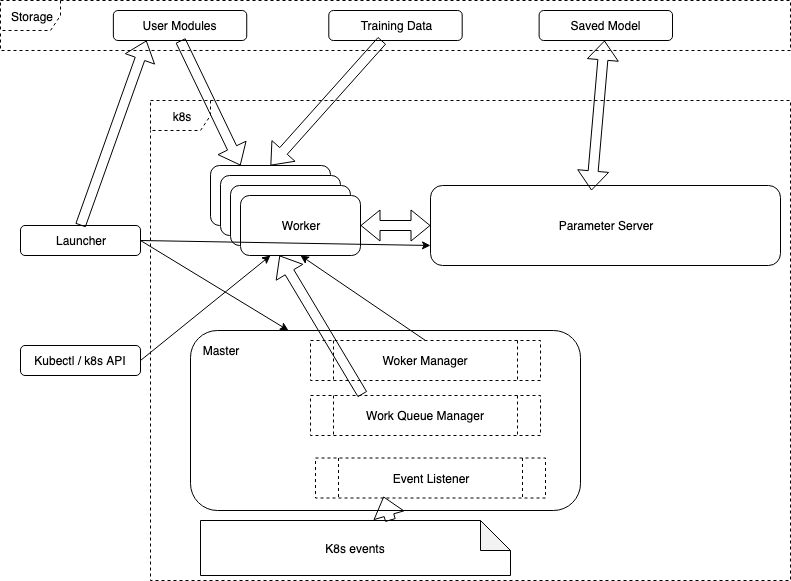
Above: doc/knt.png in sql-machine-learning/elasticdl (draw.io), before the change. Source tidied: cells renumbered, new cells last; positions are measured from the earlier drawing's top-left corner, leaving out a move shared by most shapes.
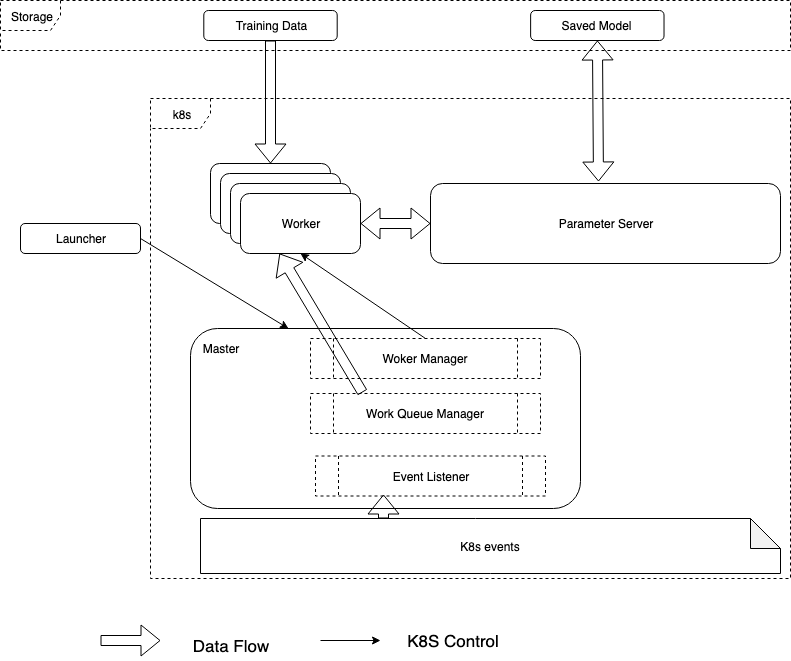
The same diagram one commit later.

Diff of the diagram source:
```diff
@@ -5,92 +5,92 @@
     <mxCell id="2" value="Launcher" style="rounded=1;whiteSpace=wrap;html=1;" parent="1" vertex="1">
       <mxGeometry x="20" y="225" width="120" height="30" as="geometry" />
     </mxCell>
-    <mxCell id="3" value="Kubectl / k8s API" style="rounded=1;whiteSpace=wrap;html=1;" parent="1" vertex="1">
-      <mxGeometry x="20" y="345" width="120" height="30" as="geometry" />
+    <mxCell id="3" value="k8s" style="shape=umlFrame;whiteSpace=wrap;html=1;dashed=1;" parent="1" vertex="1">
+      <mxGeometry x="150" y="100" width="640" height="480" as="geometry" />
     </mxCell>
-    <mxCell id="4" value="k8s" style="shape=umlFrame;whiteSpace=wrap;html=1;dashed=1;" parent="1" vertex="1">
-      <mxGeometry x="150" y="100" width="640" height="480" as="geometry" />
+    <mxCell id="4" style="rounded=1;whiteSpace=wrap;html=1;" parent="1" vertex="1">
+      <mxGeometry x="190" y="330" width="390" height="180" as="geometry" />
     </mxCell>
-    <mxCell id="5" style="rounded=1;whiteSpace=wrap;html=1;" parent="1" vertex="1">
-      <mxGeometry x="190" y="330" width="390" height="180" as="geometry" />
+    <mxCell id="5" value="Worker" style="rounded=1;whiteSpace=wrap;html=1;" parent="1" vertex="1">
+      <mxGeometry x="210" y="165" width="120" height="60" as="geometry" />
     </mxCell>
     <mxCell id="6" value="Worker" style="rounded=1;whiteSpace=wrap;html=1;" parent="1" vertex="1">
-      <mxGeometry x="210" y="165" width="120" height="60" as="geometry" />
+      <mxGeometry x="220" y="175" width="120" height="60" as="geometry" />
     </mxCell>
     <mxCell id="7" value="Worker" style="rounded=1;whiteSpace=wrap;html=1;" parent="1" vertex="1">
-      <mxGeometry x="220" y="175" width="120" height="60" as="geometry" />
+      <mxGeometry x="230" y="185" width="120" height="60" as="geometry" />
     </mxCell>
     <mxCell id="8" value="Worker" style="rounded=1;whiteSpace=wrap;html=1;" parent="1" vertex="1">
-      <mxGeometry x="230" y="185" width="120" height="60" as="geometry" />
+      <mxGeometry x="240" y="195" width="120" height="60" as="geometry" />
     </mxCell>
-    <mxCell id="9" value="Worker" style="rounded=1;whiteSpace=wrap;html=1;" parent="1" vertex="1">
-      <mxGeometry x="240" y="195" width="120" height="60" as="geometry" />
+    <mxCell id="9" value="Parameter Server" style="rounded=1;whiteSpace=wrap;html=1;" parent="1" vertex="1">
+      <mxGeometry x="430" y="185" width="350" height="80" as="geometry" />
     </mxCell>
-    <mxCell id="10" value="Parameter Server" style="rounded=1;whiteSpace=wrap;html=1;" parent="1" vertex="1">
-      <mxGeometry x="430" y="185" width="350" height="80" as="geometry" />
+    <mxCell id="10" value="K8s events" style="shape=note;whiteSpace=wrap;html=1;backgroundOutline=1;darkOpacity=0.05;" parent="1" vertex="1">
+      <mxGeometry x="200" y="520" width="580" height="55" as="geometry" />
     </mxCell>
-    <mxCell id="11" value="K8s events" style="shape=note;whiteSpace=wrap;html=1;backgroundOutline=1;darkOpacity=0.05;" parent="1" vertex="1">
-      <mxGeometry x="200" y="520" width="310" height="55" as="geometry" />
+    <mxCell id="11" value="Master" style="text;html=1;strokeColor=none;fillColor=none;align=center;verticalAlign=middle;whiteSpace=wrap;rounded=0;" parent="1" vertex="1">
+      <mxGeometry x="200" y="340" width="40" height="20" as="geometry" />
     </mxCell>
-    <mxCell id="12" value="Master" style="text;html=1;strokeColor=none;fillColor=none;align=center;verticalAlign=middle;whiteSpace=wrap;rounded=0;" parent="1" vertex="1">
-      <mxGeometry x="200" y="340" width="40" height="20" as="geometry" />
+    <mxCell id="12" style="shape=flexArrow;endArrow=classic;startArrow=classic;html=1;entryX=0.48;entryY=-0.025;entryDx=0;entryDy=0;entryPerimeter=0;" parent="1" edge="1" source="23" target="9">
+      <mxGeometry relative="1" as="geometry" />
     </mxCell>
-    <mxCell id="13" style="shape=flexArrow;endArrow=classic;startArrow=classic;html=1;entryX=0.46;entryY=0.063;entryDx=0;entryDy=0;entryPerimeter=0;" parent="1" edge="1" source="25" target="10">
+    <mxCell id="13" style="shape=flexArrow;endArrow=classic;startArrow=classic;html=1;entryX=0;entryY=0.5;entryDx=0;entryDy=0;exitX=1;exitY=0.5;exitDx=0;exitDy=0;" parent="1" edge="1" source="8" target="9">
       <mxGeometry relative="1" as="geometry" />
     </mxCell>
-    <mxCell id="14" style="shape=flexArrow;endArrow=classic;startArrow=classic;html=1;entryX=0;entryY=0.5;entryDx=0;entryDy=0;exitX=1;exitY=0.5;exitDx=0;exitDy=0;" parent="1" edge="1" source="9" target="10">
-      <mxGeometry relative="1" as="geometry" />
+    <mxCell id="14" value="Work Queue Manager" style="shape=process;whiteSpace=wrap;html=1;backgroundOutline=1;dashed=1;" parent="1" vertex="1">
+      <mxGeometry x="310" y="395" width="230" height="40" as="geometry" />
     </mxCell>
-    <mxCell id="15" value="Work Queue Manager" style="shape=process;whiteSpace=wrap;html=1;backgroundOutline=1;dashed=1;" parent="1" vertex="1">
-      <mxGeometry x="310" y="395" width="230" height="40" as="geometry" />
+    <mxCell id="15" value="Woker Manager" style="shape=process;whiteSpace=wrap;html=1;backgroundOutline=1;dashed=1;" parent="1" vertex="1">
+      <mxGeometry x="310" y="340" width="230" height="40" as="geometry" />
     </mxCell>
-    <mxCell id="16" value="Woker Manager" style="shape=process;whiteSpace=wrap;html=1;backgroundOutline=1;dashed=1;" parent="1" vertex="1">
-      <mxGeometry x="310" y="340" width="230" height="40" as="geometry" />
+    <mxCell id="16" style="endArrow=classic;html=1;entryX=0.5;entryY=1;entryDx=0;entryDy=0;exitX=0.5;exitY=0;exitDx=0;exitDy=0;" parent="1" edge="1" source="15" target="8">
+      <mxGeometry relative="1" as="geometry" />
     </mxCell>
-    <mxCell id="17" style="endArrow=classic;html=1;entryX=0.5;entryY=1;entryDx=0;entryDy=0;exitX=0.5;exitY=0;exitDx=0;exitDy=0;" parent="1" edge="1" source="16" target="9">
+    <mxCell id="17" style="shape=flexArrow;endArrow=classic;html=1;exitX=0.226;exitY=-0.025;exitDx=0;exitDy=0;exitPerimeter=0;entryX=0.325;entryY=1;entryDx=0;entryDy=0;entryPerimeter=0;" parent="1" edge="1" source="14" target="8">
       <mxGeometry relative="1" as="geometry" />
     </mxCell>
-    <mxCell id="18" style="shape=flexArrow;endArrow=classic;html=1;exitX=0.226;exitY=-0.025;exitDx=0;exitDy=0;exitPerimeter=0;entryX=0.325;entryY=1;entryDx=0;entryDy=0;entryPerimeter=0;" parent="1" edge="1" source="15" target="9">
-      <mxGeometry relative="1" as="geometry" />
+    <mxCell id="18" value="Event Listener" style="shape=process;whiteSpace=wrap;html=1;backgroundOutline=1;dashed=1;" parent="1" vertex="1">
+      <mxGeometry x="315" y="457.5" width="230" height="40" as="geometry" />
     </mxCell>
-    <mxCell id="19" value="Event Listener" style="shape=process;whiteSpace=wrap;html=1;backgroundOutline=1;dashed=1;" parent="1" vertex="1">
-      <mxGeometry x="315" y="457.5" width="230" height="40" as="geometry" />
+    <mxCell id="19" style="shape=flexArrow;endArrow=classic;html=1;entryX=0.296;entryY=0.963;entryDx=0;entryDy=0;entryPerimeter=0;exitX=0.316;exitY=0;exitDx=0;exitDy=0;exitPerimeter=0;" parent="1" edge="1" source="10" target="18">
+      <mxGeometry relative="1" as="geometry" />
     </mxCell>
-    <mxCell id="20" style="shape=flexArrow;endArrow=classic;html=1;entryX=0.296;entryY=0.963;entryDx=0;entryDy=0;entryPerimeter=0;exitX=0.613;exitY=0;exitDx=0;exitDy=0;exitPerimeter=0;" parent="1" edge="1" source="11" target="19">
-      <mxGeometry relative="1" as="geometry" />
+    <mxCell id="20" style="group;" parent="1" vertex="1">
+      <mxGeometry y="2" width="790" height="50" as="geometry" />
     </mxCell>
-    <mxCell id="21" style="group;" parent="1" vertex="1">
+    <mxCell id="21" value="Storage" style="shape=umlFrame;whiteSpace=wrap;html=1;dashed=1;" parent="20" vertex="1">
       <mxGeometry width="790" height="50" as="geometry" />
     </mxCell>
-    <mxCell id="22" value="Storage" style="shape=umlFrame;whiteSpace=wrap;html=1;dashed=1;" parent="21" vertex="1">
-      <mxGeometry width="790" height="50" as="geometry" />
+    <mxCell id="22" value="Training Data" style="rounded=1;whiteSpace=wrap;html=1;" parent="20" vertex="1">
+      <mxGeometry x="203.3" y="10" width="133.4" height="30" as="geometry" />
     </mxCell>
-    <mxCell id="23" value="User Modules" style="rounded=1;whiteSpace=wrap;html=1;" parent="21" vertex="1">
-      <mxGeometry x="112.9" y="10" width="133.4" height="30" as="geometry" />
+    <mxCell id="23" value="Saved Model" style="rounded=1;whiteSpace=wrap;html=1;" parent="20" vertex="1">
+      <mxGeometry x="530.1" y="10" width="133.4" height="30" as="geometry" />
     </mxCell>
-    <mxCell id="24" value="Training Data" style="rounded=1;whiteSpace=wrap;html=1;" parent="21" vertex="1">
-      <mxGeometry x="328.3" y="10" width="133.4" height="30" as="geometry" />
+    <mxCell id="24" style="shape=flexArrow;endArrow=classic;html=1;entryX=0.5;entryY=0;entryDx=0;entryDy=0;" parent="1" edge="1" source="22" target="5">
+      <mxGeometry relative="1" as="geometry" />
     </mxCell>
-    <mxCell id="25" value="Saved Model" style="rounded=1;whiteSpace=wrap;html=1;" parent="21" vertex="1">
-      <mxGeometry x="538.6" y="10" width="133.4" height="30" as="geometry" />
+    <mxCell id="25" style="endArrow=classic;html=1;entryX=0.25;entryY=0;entryDx=0;entryDy=0;exitX=1;exitY=0.5;exitDx=0;exitDy=0;" parent="1" edge="1" source="2" target="4">
+      <mxGeometry relative="1" as="geometry" />
     </mxCell>
-    <mxCell id="26" style="shape=flexArrow;endArrow=classic;html=1;entryX=0.5;entryY=0;entryDx=0;entryDy=0;" parent="1" edge="1" source="24" target="6">
-      <mxGeometry relative="1" as="geometry" />
+    <mxCell id="26" style="shape=flexArrow;endArrow=classic;html=1;" parent="1" edge="1">
+      <mxGeometry relative="1" as="geometry">
+        <mxPoint x="100" y="642" as="sourcePoint" />
+        <mxPoint x="160" y="642" as="targetPoint" />
+      </mxGeometry>
     </mxCell>
-    <mxCell id="27" style="shape=flexArrow;endArrow=classic;html=1;entryX=0.25;entryY=0;entryDx=0;entryDy=0;exitX=0.5;exitY=1;exitDx=0;exitDy=0;" parent="1" edge="1" source="23" target="6">
-      <mxGeometry relative="1" as="geometry" />
+    <mxCell id="27" value="&lt;font style=&quot;font-size: 17px&quot;&gt;Data Flow&lt;/font&gt;" style="text;html=1;strokeColor=none;fillColor=none;align=center;verticalAlign=middle;whiteSpace=wrap;rounded=0;dashed=1;" parent="1" vertex="1">
+      <mxGeometry x="172" y="632" width="116" height="30" as="geometry" />
     </mxCell>
-    <mxCell id="28" style="endArrow=classic;html=1;entryX=0.25;entryY=1;entryDx=0;entryDy=0;exitX=1;exitY=0.5;exitDx=0;exitDy=0;" parent="1" edge="1" source="3" target="9">
-      <mxGeometry relative="1" as="geometry" />
+    <mxCell id="28" style="endArrow=classic;html=1;" parent="1" edge="1">
+      <mxGeometry relative="1" as="geometry">
+        <mxPoint x="320" y="642" as="sourcePoint" />
+        <mxPoint x="380" y="642" as="targetPoint" />
+      </mxGeometry>
     </mxCell>
-    <mxCell id="29" style="endArrow=classic;html=1;entryX=0.25;entryY=0;entryDx=0;entryDy=0;exitX=1;exitY=0.5;exitDx=0;exitDy=0;" parent="1" edge="1" source="2" target="5">
-      <mxGeometry relative="1" as="geometry" />
+    <mxCell id="29" value="&lt;font style=&quot;font-size: 17px&quot;&gt;K8S Control&lt;/font&gt;" style="text;html=1;strokeColor=none;fillColor=none;align=center;verticalAlign=middle;whiteSpace=wrap;rounded=0;dashed=1;" parent="1" vertex="1">
+      <mxGeometry x="395" y="627" width="116" height="30" as="geometry" />
     </mxCell>
-    <mxCell id="30" style="endArrow=classic;html=1;entryX=0;entryY=0.75;entryDx=0;entryDy=0;exitX=1;exitY=0.5;exitDx=0;exitDy=0;" parent="1" edge="1" source="2" target="10">
-      <mxGeometry relative="1" as="geometry" />
-    </mxCell>
-    <mxCell id="31" style="shape=flexArrow;endArrow=classic;html=1;entryX=0.25;entryY=1;entryDx=0;entryDy=0;exitX=0.5;exitY=0;exitDx=0;exitDy=0;" parent="1" edge="1" source="2" target="23">
-      <mxGeometry relative="1" as="geometry" />
-    </mxCell>
   </root>
 </mxGraphModel>
```
